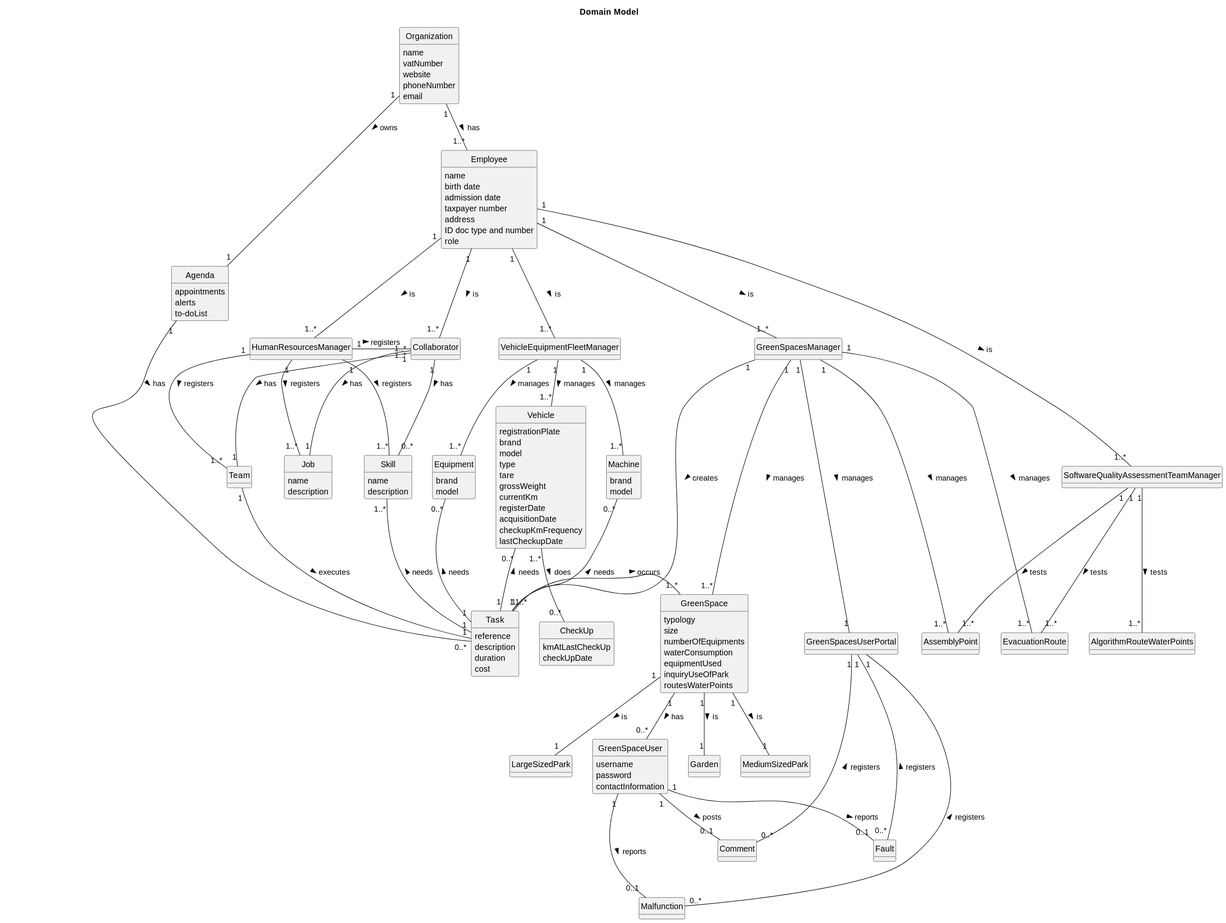
Above: docs/sprintC/global-artifacts/02.analysis/svg/project-domain-model.svg in LopemigueISEP/lei-24-s2-1nb-g312 (PlantUML), before the change.
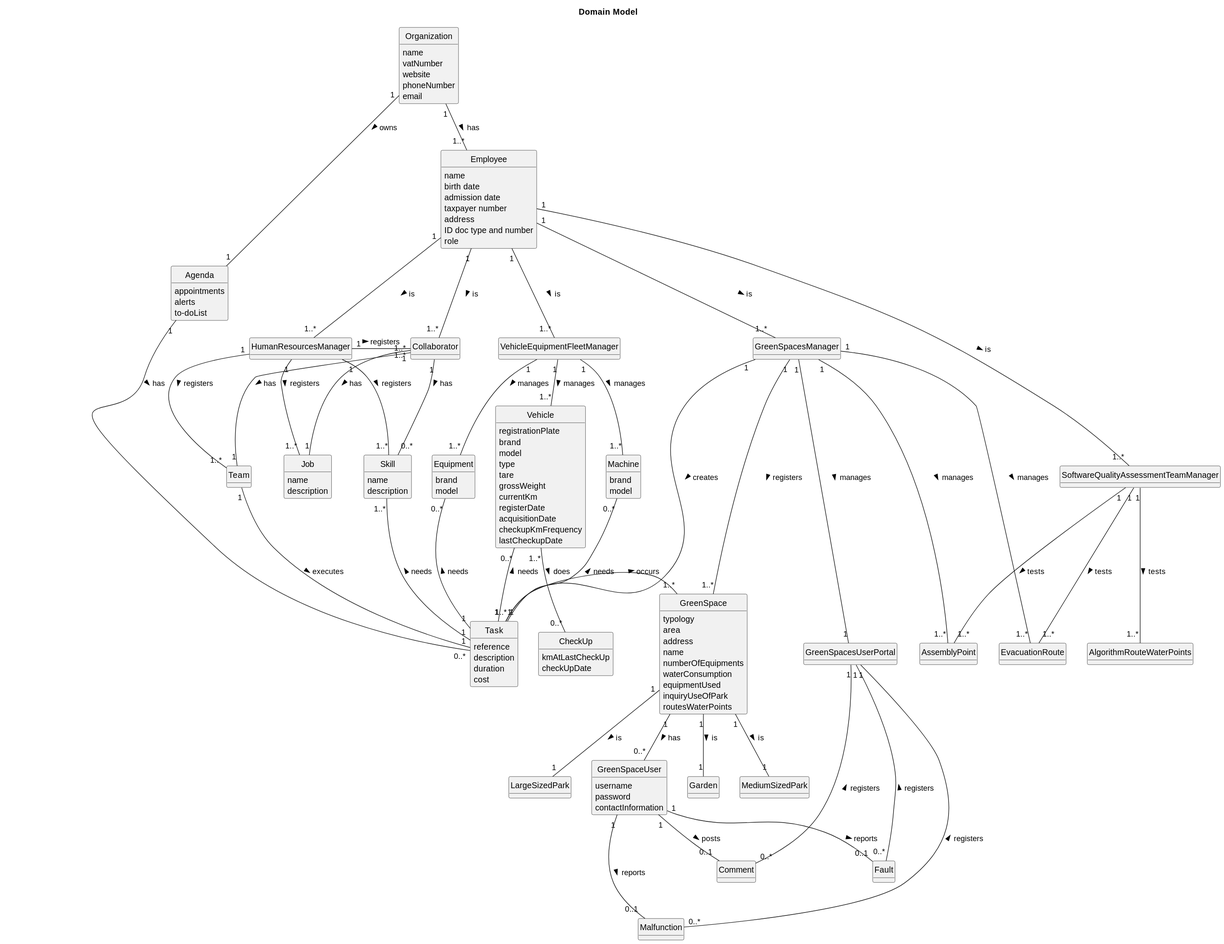
Later version of the same file.

Change to the diagram source:
```diff
@@ -38,7 +38,9 @@
 }
 class GreenSpace {
     typology
-    size
+    area
+    address
+    name
     numberOfEquipments
     waterConsumption
     equipmentUsed
@@ -131,7 +133,7 @@
 VehicleEquipmentFleetManager "1" -- "1..*" Vehicle : manages >
 VehicleEquipmentFleetManager "1" -- "1..*" Equipment : manages >
 VehicleEquipmentFleetManager "1" -- "1..*" Machine : manages >
-GreenSpacesManager "1" -- "1..*" GreenSpace : manages >
+GreenSpacesManager "1" -- "1..*" GreenSpace : registers >
 GreenSpacesManager "1" --- "1" Task : creates >
 GreenSpacesManager "1" --- "1" GreenSpacesUserPortal : manages >
 GreenSpacesManager "1" --- "1..*" AssemblyPoint : manages >
```
